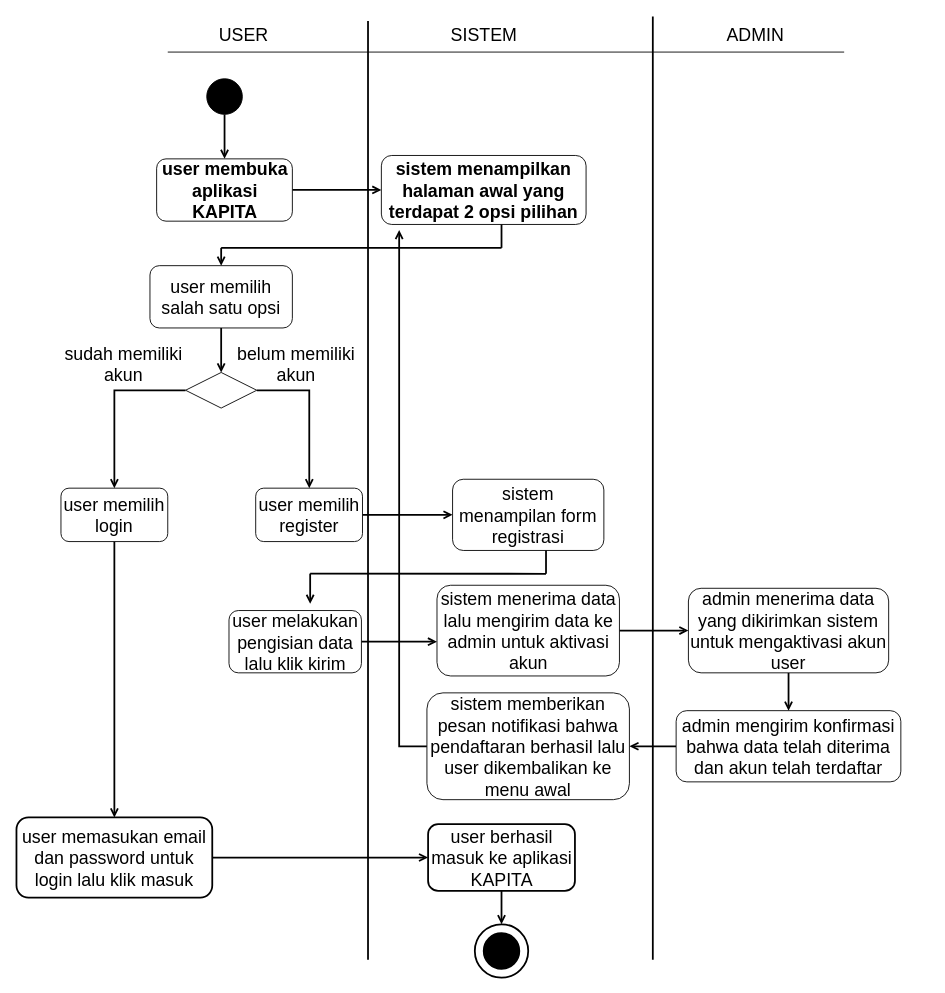
This is page "Page-2" (2 of 2) of pertemuan 12.drawio from dickisepto/Latihan-GIT, a draw.io file, before an edit. Source tidied: cells renumbered, new cells numbered last; positions are measured from the earlier drawing's top-left corner, leaving out a move shared by most shapes. Both pictures are drawn from the tidied source at 89%, with x=0, y=0 at pixel (16, 16).
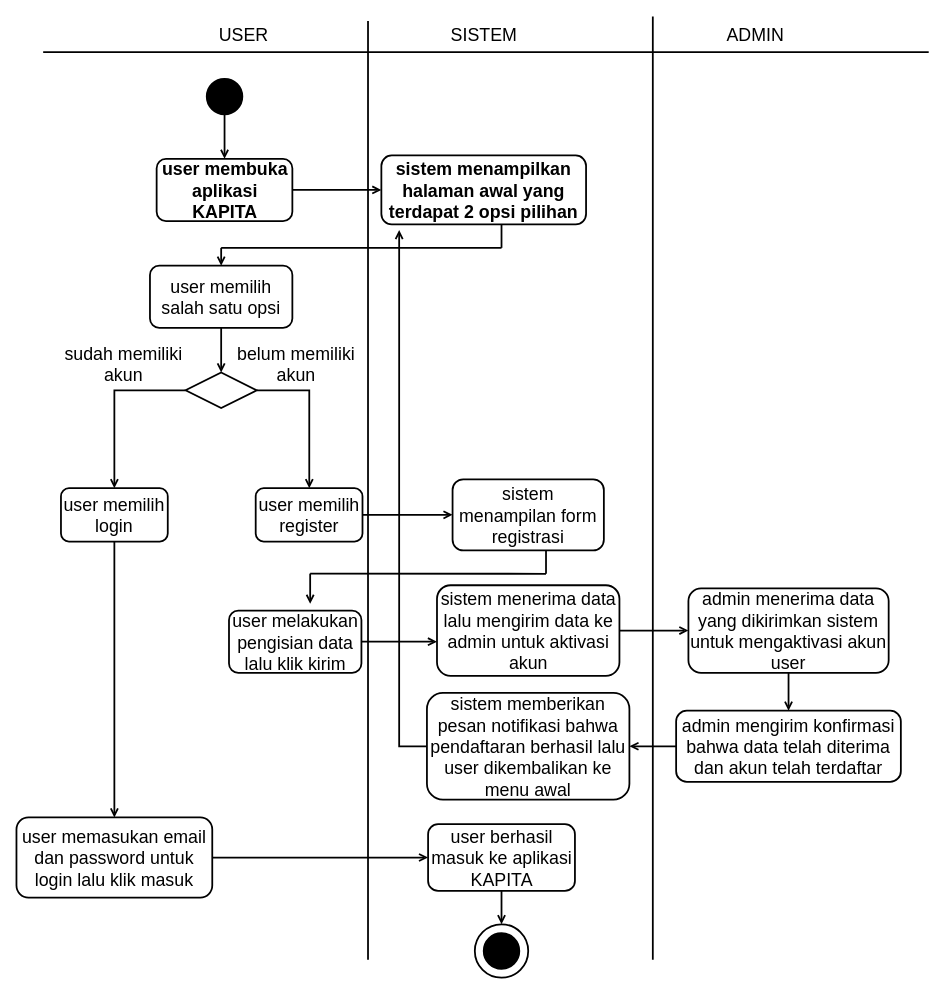
The same page after the edit.

What changed in the source:
```diff
@@
-    <mxCell id="2" style="endArrow=none;html=1;rounded=0;" parent="1" edge="1">
+    <mxCell id="2" style="endArrow=none;html=1;rounded=0;strokeWidth=2;" parent="1" edge="1">
       <mxGeometry relative="1" as="geometry">
-        <mxPoint x="170" y="40" as="sourcePoint" />
-        <mxPoint x="930" y="40" as="targetPoint" />
+        <mxPoint x="30" y="40" as="sourcePoint" />
+        <mxPoint x="1025" y="40" as="targetPoint" />
       </mxGeometry>
     </mxCell>
@@
-    <mxCell id="5" value="USER" style="text;html=1;align=center;verticalAlign=middle;strokeColor=none;fillColor=none;fontSize=20;" parent="1" vertex="1">
+    <mxCell id="5" value="USER" style="text;html=1;align=center;verticalAlign=middle;strokeColor=none;fillColor=none;fontSize=20;strokeWidth=2;" parent="1" vertex="1">
       <mxGeometry x="220" y="5" width="70" height="30" as="geometry" />
     </mxCell>
-    <mxCell id="6" value="SISTEM" style="text;html=1;align=center;verticalAlign=middle;strokeColor=none;fillColor=none;fontSize=20;" parent="1" vertex="1">
+    <mxCell id="6" value="SISTEM" style="text;html=1;align=center;verticalAlign=middle;strokeColor=none;fillColor=none;fontSize=20;strokeWidth=2;" parent="1" vertex="1">
       <mxGeometry x="480" y="5" width="90" height="30" as="geometry" />
     </mxCell>
-    <mxCell id="7" value="ADMIN" style="text;html=1;align=center;verticalAlign=middle;strokeColor=none;fillColor=none;fontSize=20;" parent="1" vertex="1">
+    <mxCell id="7" value="ADMIN" style="text;html=1;align=center;verticalAlign=middle;strokeColor=none;fillColor=none;fontSize=20;strokeWidth=2;" parent="1" vertex="1">
       <mxGeometry x="790" y="5" width="80" height="30" as="geometry" />
     </mxCell>
-    <mxCell id="8" style="ellipse;whiteSpace=wrap;html=1;fillColor=#000000;" parent="1" vertex="1">
+    <mxCell id="8" style="ellipse;whiteSpace=wrap;html=1;fillColor=#000000;strokeWidth=2;" parent="1" vertex="1">
       <mxGeometry x="213.8" y="70" width="40" height="40" as="geometry" />
     </mxCell>
@@
-    <mxCell id="11" value="&lt;b&gt;user membuka aplikasi KAPITA&lt;/b&gt;" style="rounded=1;whiteSpace=wrap;html=1;fontSize=20;fillColor=#FFFFFF;" parent="1" vertex="1">
+    <mxCell id="11" value="&lt;b&gt;user membuka aplikasi KAPITA&lt;/b&gt;" style="rounded=1;whiteSpace=wrap;html=1;fontSize=20;fillColor=#FFFFFF;strokeWidth=2;" parent="1" vertex="1">
       <mxGeometry x="157.5" y="160" width="152.5" height="70" as="geometry" />
     </mxCell>
-    <mxCell id="12" value="&lt;b&gt;sistem menampilkan halaman awal yang terdapat 2 opsi pilihan&lt;/b&gt;" style="rounded=1;whiteSpace=wrap;html=1;fontSize=20;fillColor=#FFFFFF;" parent="1" vertex="1">
+    <mxCell id="12" value="&lt;b&gt;sistem menampilkan halaman awal yang terdapat 2 opsi pilihan&lt;/b&gt;" style="rounded=1;whiteSpace=wrap;html=1;fontSize=20;fillColor=#FFFFFF;strokeWidth=2;" parent="1" vertex="1">
       <mxGeometry x="410" y="156.2" width="230" height="77.5" as="geometry" />
     </mxCell>
@@
-    <mxCell id="17" value="user memilih salah satu opsi" style="rounded=1;whiteSpace=wrap;html=1;fontSize=20;fillColor=#FFFFFF;" parent="1" vertex="1">
+    <mxCell id="17" value="user memilih salah satu opsi" style="rounded=1;whiteSpace=wrap;html=1;fontSize=20;fillColor=#FFFFFF;strokeWidth=2;" parent="1" vertex="1">
       <mxGeometry x="150" y="280" width="160" height="70" as="geometry" />
     </mxCell>
@@
-    <mxCell id="20" style="rhombus;whiteSpace=wrap;html=1;fontSize=20;fillColor=#FFFFFF;" parent="1" vertex="1">
+    <mxCell id="20" style="rhombus;whiteSpace=wrap;html=1;fontSize=20;fillColor=#FFFFFF;strokeWidth=2;" parent="1" vertex="1">
       <mxGeometry x="190" y="400" width="80" height="40" as="geometry" />
     </mxCell>
-    <mxCell id="21" value="&lt;div&gt;sudah memiliki &lt;br&gt;&lt;/div&gt;&lt;div&gt;akun&lt;/div&gt;" style="text;html=1;align=center;verticalAlign=middle;strokeColor=none;fillColor=none;fontSize=20;" parent="1" vertex="1">
+    <mxCell id="21" value="&lt;div&gt;sudah memiliki &lt;br&gt;&lt;/div&gt;&lt;div&gt;akun&lt;/div&gt;" style="text;html=1;align=center;verticalAlign=middle;strokeColor=none;fillColor=none;fontSize=20;strokeWidth=2;" parent="1" vertex="1">
       <mxGeometry x="45" y="365" width="150" height="50" as="geometry" />
     </mxCell>
@@
-    <mxCell id="23" value="user memilih login" style="rounded=1;whiteSpace=wrap;html=1;fontSize=20;fillColor=#FFFFFF;" parent="1" vertex="1">
+    <mxCell id="23" value="user memilih login" style="rounded=1;whiteSpace=wrap;html=1;fontSize=20;fillColor=#FFFFFF;strokeWidth=2;" parent="1" vertex="1">
       <mxGeometry x="50" y="530" width="120" height="60" as="geometry" />
     </mxCell>
@@
-    <mxCell id="25" value="user memilih register" style="rounded=1;whiteSpace=wrap;html=1;fontSize=20;fillColor=#FFFFFF;" parent="1" vertex="1">
+    <mxCell id="25" value="user memilih register" style="rounded=1;whiteSpace=wrap;html=1;fontSize=20;fillColor=#FFFFFF;strokeWidth=2;" parent="1" vertex="1">
       <mxGeometry x="268.8" y="530" width="120" height="60" as="geometry" />
     </mxCell>
-    <mxCell id="26" value="&lt;div&gt;belum memiliki&lt;/div&gt;&lt;div&gt;akun&lt;br&gt;&lt;/div&gt;" style="text;html=1;align=center;verticalAlign=middle;strokeColor=none;fillColor=none;fontSize=20;" parent="1" vertex="1">
+    <mxCell id="26" value="&lt;div&gt;belum memiliki&lt;/div&gt;&lt;div&gt;akun&lt;br&gt;&lt;/div&gt;" style="text;html=1;align=center;verticalAlign=middle;strokeColor=none;fillColor=none;fontSize=20;strokeWidth=2;" parent="1" vertex="1">
       <mxGeometry x="238.8" y="365" width="150" height="50" as="geometry" />
     </mxCell>
-    <mxCell id="27" value="sistem menampilan form registrasi" style="rounded=1;whiteSpace=wrap;html=1;fontSize=20;fillColor=#FFFFFF;" parent="1" vertex="1">
+    <mxCell id="27" value="sistem menampilan form registrasi" style="rounded=1;whiteSpace=wrap;html=1;fontSize=20;fillColor=#FFFFFF;strokeWidth=2;" parent="1" vertex="1">
       <mxGeometry x="490" y="520" width="170" height="80" as="geometry" />
     </mxCell>
@@
-    <mxCell id="32" value="user melakukan pengisian data lalu klik kirim " style="rounded=1;whiteSpace=wrap;html=1;fontSize=20;strokeWidth=1;fillColor=#FFFFFF;" parent="1" vertex="1">
+    <mxCell id="32" value="user melakukan pengisian data lalu klik kirim " style="rounded=1;whiteSpace=wrap;html=1;fontSize=20;strokeWidth=2;fillColor=#FFFFFF;" parent="1" vertex="1">
       <mxGeometry x="238.8" y="667.5" width="148.8" height="70" as="geometry" />
     </mxCell>
@@
-    <mxCell id="34" value="sistem menerima data lalu mengirim data ke admin untuk aktivasi akun" style="rounded=1;whiteSpace=wrap;html=1;fontSize=20;strokeWidth=1;fillColor=#FFFFFF;" parent="1" vertex="1">
+    <mxCell id="34" value="sistem menerima data lalu mengirim data ke admin untuk aktivasi akun" style="rounded=1;whiteSpace=wrap;html=1;fontSize=20;strokeWidth=2;fillColor=#FFFFFF;" parent="1" vertex="1">
       <mxGeometry x="472.5" y="639.1" width="205" height="101.9" as="geometry" />
     </mxCell>
@@
-    <mxCell id="36" value="admin menerima data yang dikirimkan sistem untuk mengaktivasi akun user" style="rounded=1;whiteSpace=wrap;html=1;fontSize=20;strokeWidth=1;fillColor=#FFFFFF;" parent="1" vertex="1">
+    <mxCell id="36" value="admin menerima data yang dikirimkan sistem untuk mengaktivasi akun user" style="rounded=1;whiteSpace=wrap;html=1;fontSize=20;strokeWidth=2;fillColor=#FFFFFF;" parent="1" vertex="1">
       <mxGeometry x="755" y="642.5" width="225" height="95" as="geometry" />
     </mxCell>
@@
-    <mxCell id="38" value="admin mengirim konfirmasi bahwa data telah diterima dan akun telah terdaftar" style="rounded=1;whiteSpace=wrap;html=1;fontSize=20;strokeWidth=1;fillColor=#FFFFFF;" parent="1" vertex="1">
+    <mxCell id="38" value="admin mengirim konfirmasi bahwa data telah diterima dan akun telah terdaftar" style="rounded=1;whiteSpace=wrap;html=1;fontSize=20;strokeWidth=2;fillColor=#FFFFFF;" parent="1" vertex="1">
       <mxGeometry x="741.2" y="780" width="252.5" height="80" as="geometry" />
     </mxCell>
@@
-    <mxCell id="40" value="sistem memberikan pesan notifikasi bahwa pendaftaran berhasil lalu user dikembalikan ke menu awal" style="rounded=1;whiteSpace=wrap;html=1;fontSize=20;strokeWidth=1;fillColor=#FFFFFF;" parent="1" vertex="1">
+    <mxCell id="40" value="sistem memberikan pesan notifikasi bahwa pendaftaran berhasil lalu user dikembalikan ke menu awal" style="rounded=1;whiteSpace=wrap;html=1;fontSize=20;strokeWidth=2;fillColor=#FFFFFF;" parent="1" vertex="1">
       <mxGeometry x="461.2" y="760" width="227.5" height="120" as="geometry" />
     </mxCell>
```
